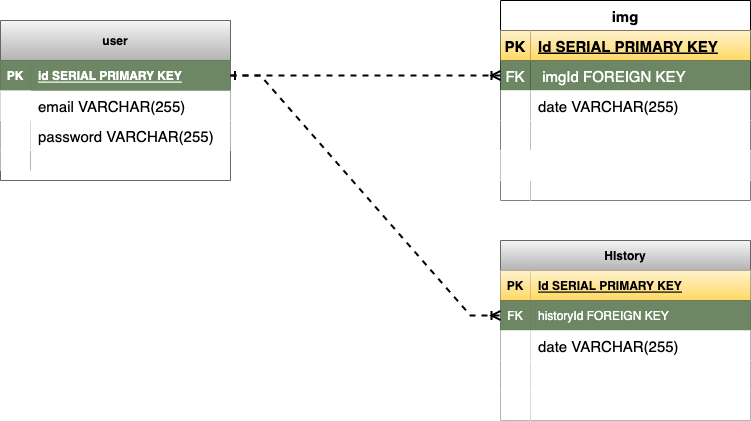
This is ERD.drawio.png from xxmark10xx/project-2, a draw.io export, as it was before one commit. Source tidied: cells renumbered, new cells last; positions are measured from the earlier drawing's top-left corner, leaving out a move shared by most shapes.
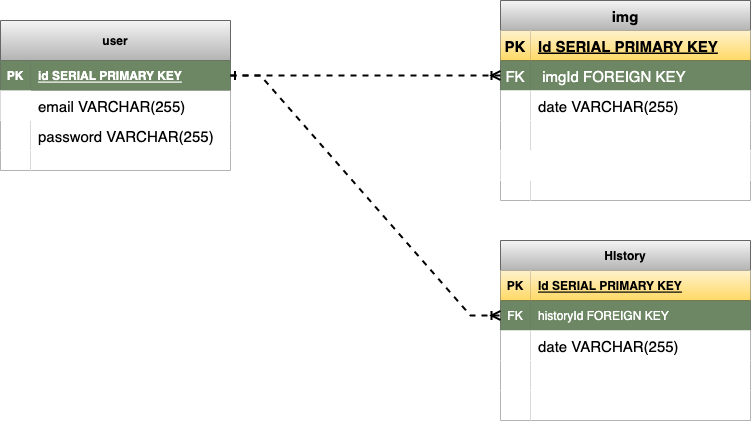
Later version of the same file.

Change to the diagram source:
```diff
@@ -3,7 +3,7 @@
     <mxCell id="0" />
     <mxCell id="1" parent="0" />
     <mxCell id="2" value="user" style="shape=table;startSize=40;rowLines=0;fontStyle=1;align=center;fillColor=#f5f5f5;gradientColor=#b3b3b3;strokeColor=#666666;" parent="1" vertex="1">
-      <mxGeometry y="20" width="230" height="160" as="geometry" />
+      <mxGeometry y="20" width="230" height="150" as="geometry" />
     </mxCell>
     <mxCell id="3" style="shape=tableRow;horizontal=0;startSize=0;swimlaneHead=0;swimlaneBody=0;fillColor=none;points=[[0,0.5],[1,0.5]];portConstraint=eastwest;top=0;left=0;right=0;bottom=1;" parent="2" vertex="1">
       <mxGeometry y="40" width="230" height="30" as="geometry" />
@@ -38,10 +38,10 @@
     <mxCell id="13" style="shape=partialRectangle;top=0;left=0;bottom=0;right=0;overflow=hidden;" parent="12" vertex="1">
       <mxGeometry width="30" height="20" as="geometry" />
     </mxCell>
-    <mxCell id="14" style="shape=partialRectangle;fillColor=none;top=0;left=0;bottom=0;right=0;align=left;spacingLeft=6;overflow=hidden;" parent="12" vertex="1">
+    <mxCell id="14" style="shape=partialRectangle;top=0;left=0;bottom=0;right=0;align=left;spacingLeft=6;overflow=hidden;" parent="12" vertex="1">
       <mxGeometry x="30" width="200" height="20" as="geometry" />
     </mxCell>
-    <mxCell id="15" value="img" style="shape=table;startSize=30;rowLines=0;fontStyle=1;align=center;fontSize=15;" parent="1" vertex="1">
+    <mxCell id="15" value="img" style="shape=table;startSize=30;rowLines=0;fontStyle=1;align=center;fontSize=15;fillColor=#f5f5f5;gradientColor=#b3b3b3;strokeColor=#666666;" parent="1" vertex="1">
       <mxGeometry x="500" width="250" height="200" as="geometry" />
     </mxCell>
     <mxCell id="16" style="shape=tableRow;horizontal=0;startSize=0;swimlaneHead=0;swimlaneBody=0;fillColor=none;top=0;left=0;right=0;bottom=1;fontSize=15;" parent="15" vertex="1">
```
